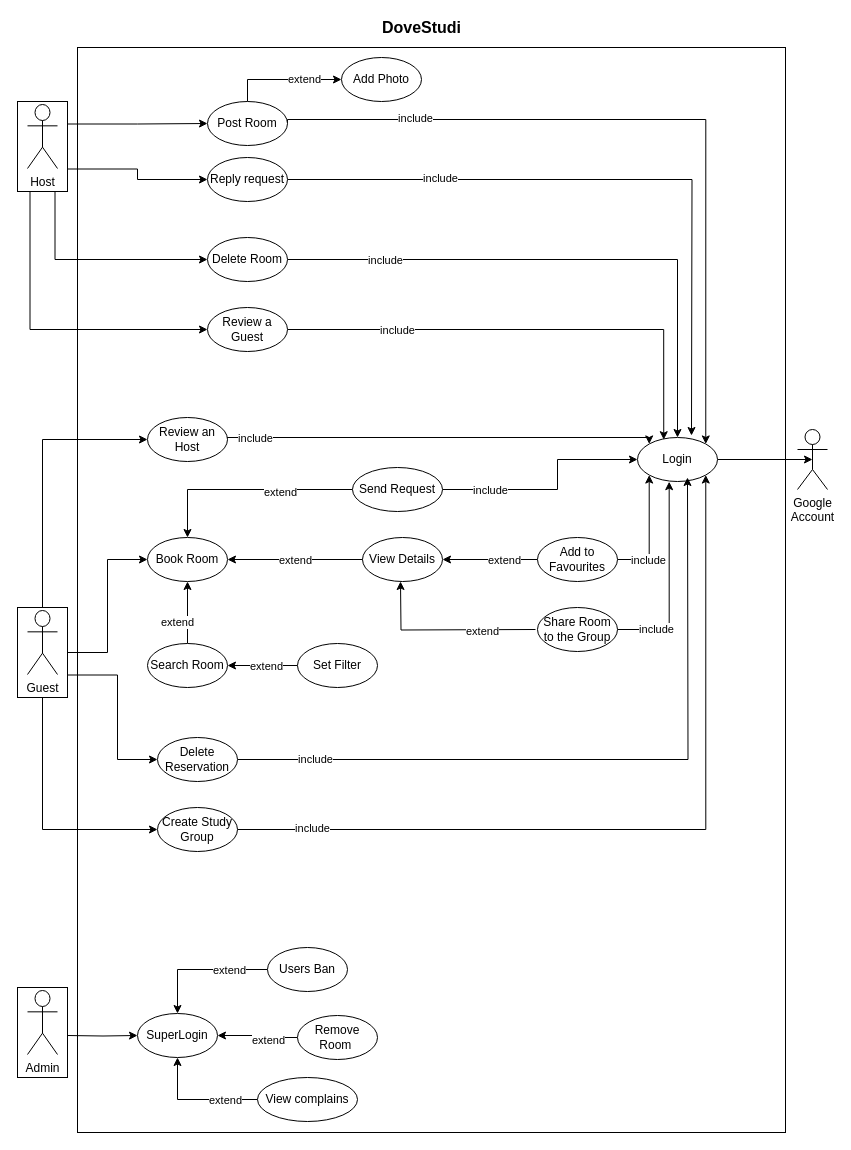
The draw.io diagram Docs/DoveStudi UCD.drawio in nic-agos/DoveStudi, before the edit. Source tidied: cells renumbered, new cells numbered last; positions are measured from the earlier drawing's top-left corner, leaving out a move shared by most shapes. Both pictures are drawn from the tidied source at 100%, with x=0, y=0 at pixel (17, 17).
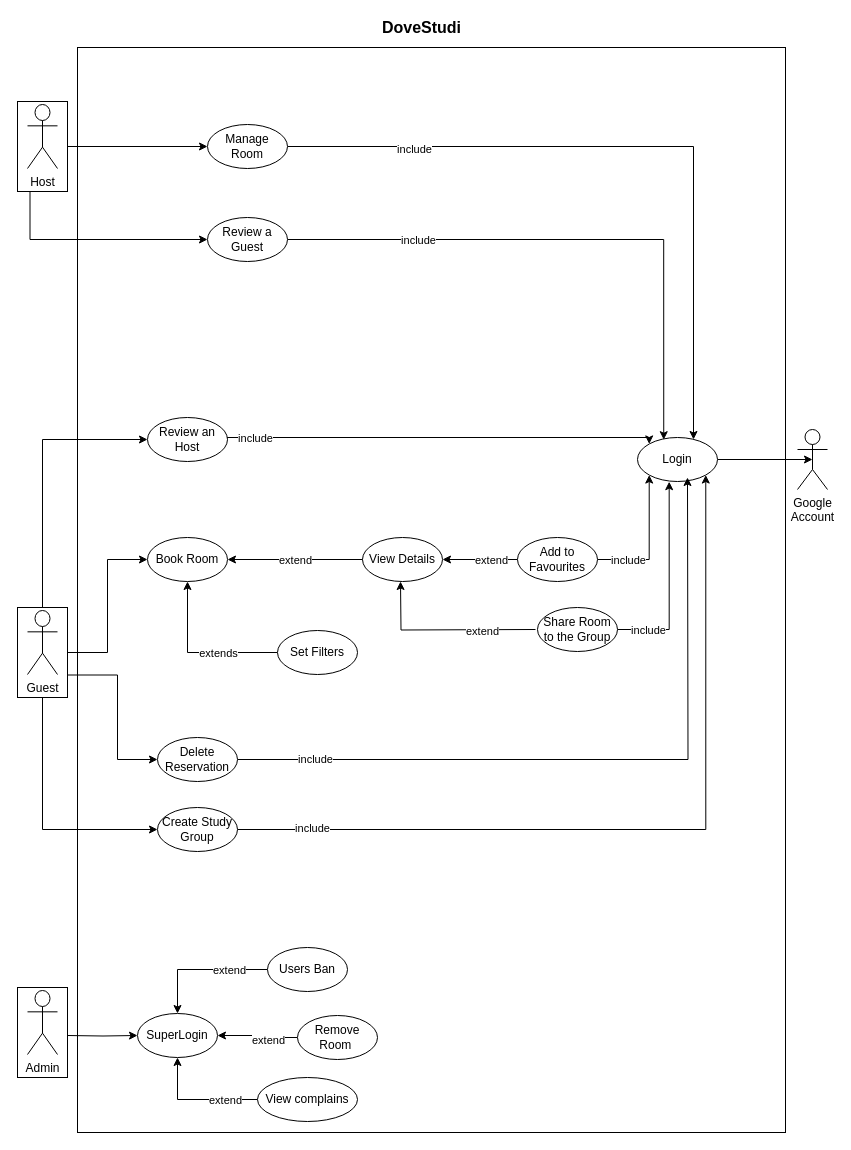
After the change.

Unchanged cells that the change refers to:
```xml
<mxCell id="12" value="Login" style="ellipse;whiteSpace=wrap;html=1;" parent="1" vertex="1">
  <mxGeometry x="620" y="420" width="80" height="44" as="geometry" />
</mxCell>
<mxCell id="28" style="edgeStyle=orthogonalEdgeStyle;rounded=0;jettySize=auto;html=1;exitX=1;exitY=0.5;exitDx=0;exitDy=0;entryX=0.396;entryY=1.004;entryDx=0;entryDy=0;entryPerimeter=0;" parent="1" edge="1" source="32" target="12">
  <mxGeometry relative="1" as="geometry" />
</mxCell>
<mxCell id="33" style="edgeStyle=orthogonalEdgeStyle;rounded=0;jettySize=auto;html=1;exitX=1;exitY=0.5;exitDx=0;exitDy=0;entryX=0;entryY=1;entryDx=0;entryDy=0;" parent="1" edge="1" source="37" target="12">
  <mxGeometry relative="1" as="geometry">
    <Array as="points">
      <mxPoint x="632" y="542" />
    </Array>
  </mxGeometry>
</mxCell>
<mxCell id="62" value="Book Room" style="ellipse;whiteSpace=wrap;html=1;" parent="1" vertex="1">
  <mxGeometry x="130" y="520" width="80" height="44" as="geometry" />
</mxCell>
<mxCell id="76" style="rounded=0;whiteSpace=wrap;html=1;direction=south;fillColor=none;" parent="1" vertex="1">
  <mxGeometry y="84" width="50" height="90" as="geometry" />
</mxCell>
```

Change to the diagram source:
```diff
@@
-    <mxCell id="3" style="edgeStyle=orthogonalEdgeStyle;rounded=0;jettySize=auto;html=1;entryX=0;entryY=0.5;entryDx=0;entryDy=0;exitX=0.75;exitY=0;exitDx=0;exitDy=0;" parent="1" edge="1" source="76" target="57">
-      <mxGeometry relative="1" as="geometry" />
-    </mxCell>
@@
-    <mxCell id="22" style="edgeStyle=orthogonalEdgeStyle;rounded=0;jettySize=auto;html=1;exitX=0.5;exitY=0;exitDx=0;exitDy=0;entryX=0.5;entryY=1;entryDx=0;entryDy=0;" parent="1" edge="1" source="24" target="62">
-      <mxGeometry relative="1" as="geometry" />
-    </mxCell>
-    <mxCell id="23" value="extend" style="edgeLabel;html=1;align=center;verticalAlign=middle;" parent="22" vertex="1">
-      <mxGeometry x="-0.25" relative="1" as="geometry">
-        <mxPoint x="-10.2" y="1" as="offset" />
-      </mxGeometry>
-    </mxCell>
-    <mxCell id="24" value="Search Room" style="ellipse;whiteSpace=wrap;html=1;" parent="1" vertex="1">
-      <mxGeometry x="130" y="626" width="80" height="44" as="geometry" />
-    </mxCell>
-    <mxCell id="25" style="edgeStyle=orthogonalEdgeStyle;rounded=0;jettySize=auto;html=1;" parent="1" edge="1" source="27" target="24">
-      <mxGeometry relative="1" as="geometry" />
-    </mxCell>
-    <mxCell id="26" value="extend" style="edgeLabel;html=1;align=center;verticalAlign=middle;" parent="25" vertex="1">
-      <mxGeometry x="-0.1" relative="1" as="geometry" />
-    </mxCell>
+    <mxCell id="82" style="edgeStyle=orthogonalEdgeStyle;rounded=0;jettySize=auto;html=1;exitX=0;exitY=0.5;exitDx=0;exitDy=0;entryX=0.5;entryY=1;entryDx=0;entryDy=0;" parent="1" edge="1" source="27" target="62">
+      <mxGeometry relative="1" as="geometry" />
+    </mxCell>
+    <mxCell id="83" value="extends" style="edgeLabel;html=1;align=center;verticalAlign=middle;" parent="82" vertex="1">
+      <mxGeometry x="-0.18" y="-3" relative="1" as="geometry">
+        <mxPoint x="6" y="3" as="offset" />
+      </mxGeometry>
+    </mxCell>
-    <mxCell id="27" value="Set Filter" style="ellipse;whiteSpace=wrap;html=1;" parent="1" vertex="1">
-      <mxGeometry x="280" y="626" width="80" height="44" as="geometry" />
+    <mxCell id="27" value="Set Filters" style="ellipse;whiteSpace=wrap;html=1;" parent="1" vertex="1">
+      <mxGeometry x="260" y="613" width="80" height="44" as="geometry" />
     </mxCell>
@@
     <mxCell id="29" value="include" style="edgeLabel;html=1;align=center;verticalAlign=middle;" parent="28" vertex="1">
-      <mxGeometry x="-0.62" y="1" relative="1" as="geometry" />
+      <mxGeometry x="-0.62" y="1" relative="1" as="geometry">
+        <mxPoint x="-7.6" y="1" as="offset" />
+      </mxGeometry>
     </mxCell>
@@
     <mxCell id="34" value="include" style="edgeLabel;html=1;align=center;verticalAlign=middle;" parent="33" vertex="1">
       <mxGeometry x="-0.27" y="1" relative="1" as="geometry">
-        <mxPoint y="11" as="offset" />
+        <mxPoint x="-19.6" y="1" as="offset" />
       </mxGeometry>
     </mxCell>
@@
     <mxCell id="37" value="Add to Favourites" style="ellipse;whiteSpace=wrap;html=1;" parent="1" vertex="1">
-      <mxGeometry x="520" y="520" width="80" height="44" as="geometry" />
+      <mxGeometry x="500" y="520" width="80" height="44" as="geometry" />
     </mxCell>
@@
-    <mxCell id="44" style="edgeStyle=orthogonalEdgeStyle;rounded=0;jettySize=auto;html=1;exitX=1;exitY=0.5;exitDx=0;exitDy=0;entryX=0;entryY=0.5;entryDx=0;entryDy=0;" parent="1" edge="1" source="48" target="12">
-      <mxGeometry relative="1" as="geometry">
-        <Array as="points">
-          <mxPoint x="540" y="472" />
-          <mxPoint x="540" y="442" />
-        </Array>
-      </mxGeometry>
-    </mxCell>
-    <mxCell id="45" value="include" style="edgeLabel;html=1;align=center;verticalAlign=middle;" parent="44" vertex="1">
-      <mxGeometry x="-0.37" y="-3" relative="1" as="geometry">
-        <mxPoint x="-23.8" y="-3" as="offset" />
-      </mxGeometry>
-    </mxCell>
-    <mxCell id="46" style="edgeStyle=orthogonalEdgeStyle;rounded=0;jettySize=auto;html=1;exitX=0;exitY=0.5;exitDx=0;exitDy=0;entryX=0.5;entryY=0;entryDx=0;entryDy=0;" parent="1" edge="1" source="48" target="62">
-      <mxGeometry relative="1" as="geometry" />
-    </mxCell>
-    <mxCell id="47" value="extend" style="edgeLabel;html=1;align=center;verticalAlign=middle;" parent="46" vertex="1">
-      <mxGeometry x="-0.31" y="2" relative="1" as="geometry" />
-    </mxCell>
-    <mxCell id="48" value="Send Request" style="ellipse;whiteSpace=wrap;html=1;" parent="1" vertex="1">
-      <mxGeometry x="335" y="450" width="90" height="44" as="geometry" />
-    </mxCell>
-    <mxCell id="49" style="edgeStyle=orthogonalEdgeStyle;rounded=0;jettySize=auto;html=1;entryX=0;entryY=0.5;entryDx=0;entryDy=0;exitX=0.5;exitY=0;exitDx=0;exitDy=0;" parent="1" edge="1" source="53" target="54">
-      <mxGeometry relative="1" as="geometry">
-        <Array as="points">
-          <mxPoint x="230" y="62" />
-        </Array>
-      </mxGeometry>
-    </mxCell>
-    <mxCell id="50" value="extend" style="edgeLabel;html=1;align=center;verticalAlign=middle;" parent="49" vertex="1">
-      <mxGeometry x="-0.04" y="1" relative="1" as="geometry">
-        <mxPoint x="22.7" y="0.9" as="offset" />
-      </mxGeometry>
-    </mxCell>
-    <mxCell id="51" style="edgeStyle=orthogonalEdgeStyle;rounded=0;jettySize=auto;html=1;exitX=1;exitY=0.5;exitDx=0;exitDy=0;entryX=1;entryY=0;entryDx=0;entryDy=0;" parent="1" edge="1" source="53" target="12">
-      <mxGeometry relative="1" as="geometry">
-        <Array as="points">
-          <mxPoint x="689" y="102" />
-        </Array>
-      </mxGeometry>
-    </mxCell>
-    <mxCell id="52" value="include" style="edgeLabel;html=1;align=center;verticalAlign=middle;" parent="51" vertex="1">
-      <mxGeometry x="-0.65" y="2" relative="1" as="geometry" />
-    </mxCell>
-    <mxCell id="53" value="Post Room" style="ellipse;whiteSpace=wrap;html=1;" parent="1" vertex="1">
-      <mxGeometry x="190" y="84" width="80" height="44" as="geometry" />
-    </mxCell>
-    <mxCell id="54" value="Add Photo" style="ellipse;whiteSpace=wrap;html=1;" parent="1" vertex="1">
-      <mxGeometry x="324" y="40" width="80" height="44" as="geometry" />
-    </mxCell>
-    <mxCell id="55" style="edgeStyle=orthogonalEdgeStyle;rounded=0;jettySize=auto;html=1;exitX=1;exitY=0.5;exitDx=0;exitDy=0;" parent="1" edge="1" source="57">
-      <mxGeometry relative="1" as="geometry">
-        <mxPoint x="674" y="418" as="targetPoint" />
-      </mxGeometry>
-    </mxCell>
-    <mxCell id="56" value="include" style="edgeLabel;html=1;align=center;verticalAlign=middle;" parent="55" vertex="1">
-      <mxGeometry x="-0.54" y="2" relative="1" as="geometry" />
-    </mxCell>
-    <mxCell id="57" value="Reply request" style="ellipse;whiteSpace=wrap;html=1;" parent="1" vertex="1">
-      <mxGeometry x="190" y="140" width="80" height="44" as="geometry" />
-    </mxCell>
@@
     <mxCell id="61" value="Review a Guest" style="ellipse;whiteSpace=wrap;html=1;" parent="1" vertex="1">
-      <mxGeometry x="190" y="290" width="80" height="44" as="geometry" />
+      <mxGeometry x="190" y="200" width="80" height="44" as="geometry" />
     </mxCell>
@@
-    <mxCell id="69" style="edgeStyle=orthogonalEdgeStyle;rounded=0;jettySize=auto;html=1;exitX=1;exitY=0.5;exitDx=0;exitDy=0;entryX=0.5;entryY=0;entryDx=0;entryDy=0;" parent="1" edge="1" source="71" target="12">
-      <mxGeometry relative="1" as="geometry" />
-    </mxCell>
-    <mxCell id="70" value="include" style="edgeLabel;html=1;align=center;verticalAlign=middle;" parent="69" vertex="1">
-      <mxGeometry x="-0.65" y="-3" relative="1" as="geometry">
-        <mxPoint x="-1.7" y="-3" as="offset" />
-      </mxGeometry>
-    </mxCell>
-    <mxCell id="71" value="Delete Room" style="ellipse;whiteSpace=wrap;html=1;" parent="1" vertex="1">
-      <mxGeometry x="190" y="220" width="80" height="44" as="geometry" />
-    </mxCell>
-    <mxCell id="72" style="edgeStyle=orthogonalEdgeStyle;rounded=0;jettySize=auto;html=1;exitX=0.25;exitY=0;exitDx=0;exitDy=0;entryX=0;entryY=0.5;entryDx=0;entryDy=0;" parent="1" edge="1" source="76" target="53">
-      <mxGeometry relative="1" as="geometry" />
-    </mxCell>
-    <mxCell id="73" style="edgeStyle=orthogonalEdgeStyle;rounded=0;jettySize=auto;html=1;exitX=1;exitY=0.25;exitDx=0;exitDy=0;entryX=0;entryY=0.5;entryDx=0;entryDy=0;" parent="1" edge="1" source="76" target="71">
-      <mxGeometry relative="1" as="geometry" />
-    </mxCell>
@@
+    <mxCell id="84" style="edgeStyle=orthogonalEdgeStyle;rounded=0;jettySize=auto;html=1;exitX=0.5;exitY=0;exitDx=0;exitDy=0;" parent="1" edge="1" source="76" target="87">
+      <mxGeometry relative="1" as="geometry" />
+    </mxCell>
@@
+    <mxCell id="85" style="edgeStyle=orthogonalEdgeStyle;rounded=0;jettySize=auto;html=1;exitX=1;exitY=0.5;exitDx=0;exitDy=0;entryX=0.7;entryY=0.045;entryDx=0;entryDy=0;entryPerimeter=0;" parent="1" edge="1" source="87" target="12">
+      <mxGeometry relative="1" as="geometry" />
+    </mxCell>
+    <mxCell id="86" value="include" style="edgeLabel;html=1;align=center;verticalAlign=middle;" parent="85" vertex="1">
+      <mxGeometry x="-0.64" y="-2" relative="1" as="geometry" />
+    </mxCell>
+    <mxCell id="87" value="Manage Room" style="ellipse;whiteSpace=wrap;html=1;" parent="1" vertex="1">
+      <mxGeometry x="190" y="107" width="80" height="44" as="geometry" />
+    </mxCell>
```
